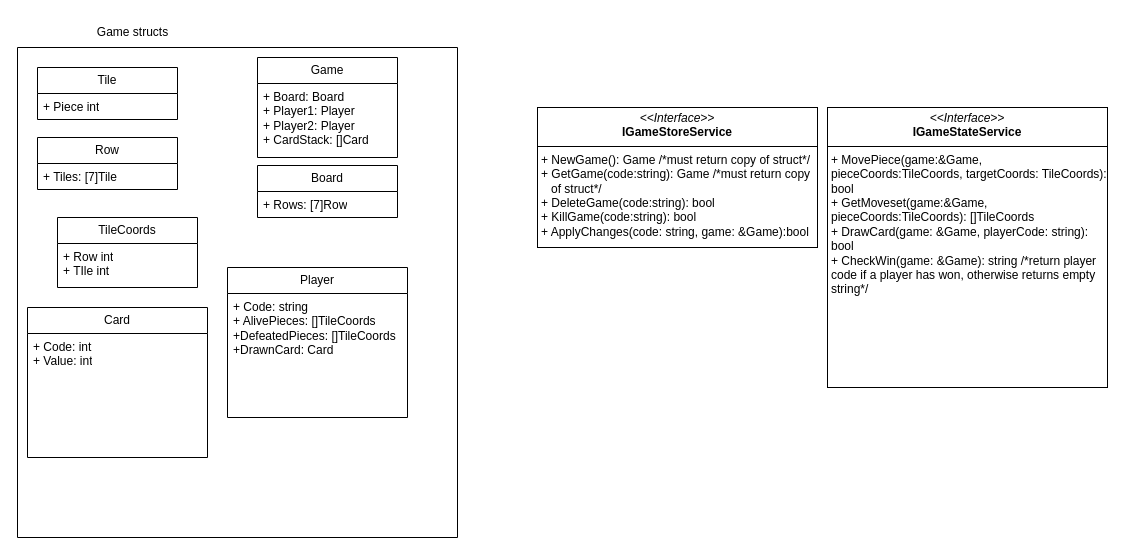
sRabosio/Lucky-Chess-go keeps this draw.io diagram as documentation/uml.drawio. Above is the earlier version. Source tidied: cells renumbered, new cells numbered last; positions are measured from the earlier drawing's top-left corner, leaving out a move shared by most shapes. Both pictures are drawn from the tidied source at 100%, with x=0, y=0 at pixel (17, 17).
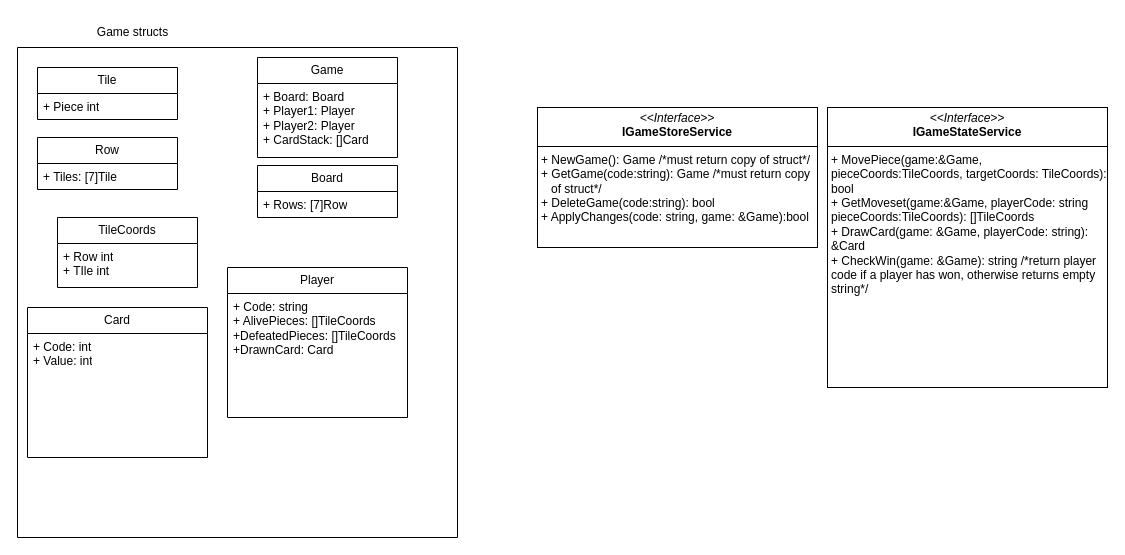
Above is the later version.

What changed in the source:
```diff
@@
 <mxGraphModel>
   <root>
     <mxCell id="0" />
     <mxCell id="1" parent="0" />
-    <mxCell id="2" value="&lt;p style=&quot;margin:0px;margin-top:4px;text-align:center;&quot;&gt;&lt;i&gt;&amp;lt;&amp;lt;Interface&amp;gt;&amp;gt;&lt;/i&gt;&lt;br&gt;&lt;b&gt;IGameStoreService&lt;/b&gt;&lt;/p&gt;&lt;hr size=&quot;1&quot; style=&quot;border-style:solid;&quot;&gt;&lt;p style=&quot;margin:0px;margin-left:4px;&quot;&gt;+ NewGame(): Game /*must return copy of struct*/&lt;br&gt;+ GetGame(code:string): Game /*must return copy&amp;nbsp; &amp;nbsp; &amp;nbsp;of struct*/&lt;/p&gt;&lt;p style=&quot;margin:0px;margin-left:4px;&quot;&gt;+ DeleteGame(code:string): bool&lt;/p&gt;&lt;p style=&quot;margin:0px;margin-left:4px;&quot;&gt;+ KillGame(code:string): bool&lt;/p&gt;&lt;p style=&quot;margin:0px;margin-left:4px;&quot;&gt;+ ApplyChanges(code: string, game: &amp;amp;Game):bool&lt;/p&gt;" style="verticalAlign=top;align=left;overflow=fill;html=1;whiteSpace=wrap;" parent="1" vertex="1">
+    <mxCell id="2" value="&lt;p style=&quot;margin:0px;margin-top:4px;text-align:center;&quot;&gt;&lt;i&gt;&amp;lt;&amp;lt;Interface&amp;gt;&amp;gt;&lt;/i&gt;&lt;br&gt;&lt;b&gt;IGameStoreService&lt;/b&gt;&lt;/p&gt;&lt;hr size=&quot;1&quot; style=&quot;border-style:solid;&quot;&gt;&lt;p style=&quot;margin:0px;margin-left:4px;&quot;&gt;+ NewGame(): Game /*must return copy of struct*/&lt;br&gt;+ GetGame(code:string): Game /*must return copy&amp;nbsp; &amp;nbsp; &amp;nbsp;of struct*/&lt;/p&gt;&lt;p style=&quot;margin:0px;margin-left:4px;&quot;&gt;+ DeleteGame(code:string): bool&lt;/p&gt;&lt;p style=&quot;margin:0px;margin-left:4px;&quot;&gt;+ ApplyChanges(code: string, game: &amp;amp;Game):bool&lt;/p&gt;" style="verticalAlign=top;align=left;overflow=fill;html=1;whiteSpace=wrap;" parent="1" vertex="1">
       <mxGeometry x="520" y="90" width="280" height="140" as="geometry" />
     </mxCell>
     <mxCell id="3" style="swimlane;startSize=0;" parent="1" vertex="1">
       <mxGeometry y="30" width="440" height="490" as="geometry" />
     </mxCell>
     <mxCell id="4" value="TileCoords" style="swimlane;fontStyle=0;horizontal=1;startSize=26;fillColor=none;whiteSpace=wrap;html=1;" parent="3" vertex="1">
       <mxGeometry x="40" y="170" width="140" height="70" as="geometry" />
     </mxCell>
     <mxCell id="5" value="+ Row int&lt;div&gt;+ TIle int&lt;/div&gt;" style="text;strokeColor=none;fillColor=none;align=left;verticalAlign=top;spacingLeft=4;spacingRight=4;overflow=hidden;whiteSpace=wrap;html=1;" parent="4" vertex="1">
       <mxGeometry y="26" width="140" height="44" as="geometry" />
     </mxCell>
     <mxCell id="6" value="Player" style="swimlane;fontStyle=0;horizontal=1;startSize=26;fillColor=none;whiteSpace=wrap;html=1;" parent="3" vertex="1">
       <mxGeometry x="210" y="220" width="180" height="150" as="geometry" />
     </mxCell>
     <mxCell id="7" value="+ Code: string&lt;div&gt;+ AlivePieces: []TileCoords&lt;/div&gt;&lt;div&gt;+DefeatedPieces: []TileCoords&lt;/div&gt;&lt;div&gt;+DrawnCard: Card&lt;/div&gt;" style="text;strokeColor=none;fillColor=none;align=left;verticalAlign=top;spacingLeft=4;spacingRight=4;overflow=hidden;whiteSpace=wrap;html=1;" parent="6" vertex="1">
       <mxGeometry y="26" width="180" height="124" as="geometry" />
     </mxCell>
     <mxCell id="8" value="Card" style="swimlane;fontStyle=0;horizontal=1;startSize=26;fillColor=none;whiteSpace=wrap;html=1;" parent="3" vertex="1">
       <mxGeometry x="10" y="260" width="180" height="150" as="geometry" />
     </mxCell>
     <mxCell id="9" value="+ Code: int&lt;div&gt;+ Value: int&lt;/div&gt;" style="text;strokeColor=none;fillColor=none;align=left;verticalAlign=top;spacingLeft=4;spacingRight=4;overflow=hidden;whiteSpace=wrap;html=1;" parent="8" vertex="1">
       <mxGeometry y="26" width="180" height="124" as="geometry" />
     </mxCell>
     <mxCell id="10" value="Game" style="swimlane;fontStyle=0;horizontal=1;startSize=26;fillColor=none;whiteSpace=wrap;html=1;" parent="3" vertex="1">
       <mxGeometry x="240" y="10" width="140" height="100" as="geometry" />
     </mxCell>
     <mxCell id="11" value="+ Board: Board&lt;div&gt;+ Player1: Player&lt;/div&gt;&lt;div&gt;+ Player2: Player&lt;/div&gt;&lt;div&gt;+ CardStack: []Card&lt;/div&gt;" style="text;strokeColor=none;fillColor=none;align=left;verticalAlign=top;spacingLeft=4;spacingRight=4;overflow=hidden;whiteSpace=wrap;html=1;" parent="10" vertex="1">
       <mxGeometry y="26" width="140" height="74" as="geometry" />
     </mxCell>
     <mxCell id="12" value="Board" style="swimlane;fontStyle=0;horizontal=1;startSize=26;fillColor=none;whiteSpace=wrap;html=1;" parent="3" vertex="1">
       <mxGeometry x="240" y="118" width="140" height="52" as="geometry" />
     </mxCell>
     <mxCell id="13" value="+ Rows: [7]Row" style="text;strokeColor=none;fillColor=none;align=left;verticalAlign=top;spacingLeft=4;spacingRight=4;overflow=hidden;whiteSpace=wrap;html=1;" parent="12" vertex="1">
       <mxGeometry y="26" width="140" height="26" as="geometry" />
     </mxCell>
     <mxCell id="14" value="Tile" style="swimlane;fontStyle=0;horizontal=1;startSize=26;fillColor=none;whiteSpace=wrap;html=1;" parent="3" vertex="1">
       <mxGeometry x="20" y="20" width="140" height="52" as="geometry" />
     </mxCell>
     <mxCell id="15" value="+ Piece int" style="text;strokeColor=none;fillColor=none;align=left;verticalAlign=top;spacingLeft=4;spacingRight=4;overflow=hidden;whiteSpace=wrap;html=1;" parent="14" vertex="1">
       <mxGeometry y="26" width="140" height="26" as="geometry" />
     </mxCell>
     <mxCell id="16" value="Row" style="swimlane;fontStyle=0;horizontal=1;startSize=26;fillColor=none;whiteSpace=wrap;html=1;" parent="3" vertex="1">
       <mxGeometry x="20" y="90" width="140" height="52" as="geometry" />
     </mxCell>
     <mxCell id="17" value="+ Tiles: [7]Tile" style="text;strokeColor=none;fillColor=none;align=left;verticalAlign=top;spacingLeft=4;spacingRight=4;overflow=hidden;whiteSpace=wrap;html=1;" parent="16" vertex="1">
       <mxGeometry y="26" width="140" height="26" as="geometry" />
     </mxCell>
     <mxCell id="18" value="Game structs" style="text;html=1;align=center;verticalAlign=middle;strokeColor=none;fillColor=none;" parent="1" vertex="1">
       <mxGeometry x="70" width="90" height="30" as="geometry" />
     </mxCell>
-    <mxCell id="19" value="&lt;p style=&quot;margin:0px;margin-top:4px;text-align:center;&quot;&gt;&lt;i&gt;&amp;lt;&amp;lt;Interface&amp;gt;&amp;gt;&lt;/i&gt;&lt;br&gt;&lt;b&gt;IGameStateService&lt;/b&gt;&lt;/p&gt;&lt;hr size=&quot;1&quot; style=&quot;border-style:solid;&quot;&gt;&lt;p style=&quot;margin:0px;margin-left:4px;&quot;&gt;+ MovePiece(game:&amp;amp;Game, pieceCoords:TileCoords, targetCoords: TileCoords): bool&lt;/p&gt;&lt;p style=&quot;margin:0px;margin-left:4px;&quot;&gt;+ GetMoveset(game:&amp;amp;Game, pieceCoords:TileCoords): []TileCoords&lt;/p&gt;&lt;p style=&quot;margin:0px;margin-left:4px;&quot;&gt;+ DrawCard(game: &amp;amp;Game, playerCode: string): bool&lt;/p&gt;&lt;p style=&quot;margin:0px;margin-left:4px;&quot;&gt;+ CheckWin(game: &amp;amp;Game): string /*return player code if a player has won, otherwise returns empty string*/&lt;/p&gt;&lt;p style=&quot;margin:0px;margin-left:4px;&quot;&gt;&lt;br&gt;&lt;/p&gt;&lt;p style=&quot;margin:0px;margin-left:4px;&quot;&gt;&lt;br&gt;&lt;/p&gt;" style="verticalAlign=top;align=left;overflow=fill;html=1;whiteSpace=wrap;" parent="1" vertex="1">
+    <mxCell id="19" value="&lt;p style=&quot;margin:0px;margin-top:4px;text-align:center;&quot;&gt;&lt;i&gt;&amp;lt;&amp;lt;Interface&amp;gt;&amp;gt;&lt;/i&gt;&lt;br&gt;&lt;b&gt;IGameStateService&lt;/b&gt;&lt;/p&gt;&lt;hr size=&quot;1&quot; style=&quot;border-style:solid;&quot;&gt;&lt;p style=&quot;margin:0px;margin-left:4px;&quot;&gt;+ MovePiece(game:&amp;amp;Game, pieceCoords:TileCoords, targetCoords: TileCoords): bool&lt;/p&gt;&lt;p style=&quot;margin:0px;margin-left:4px;&quot;&gt;+ GetMoveset(game:&amp;amp;Game, playerCode: string pieceCoords:TileCoords): []TileCoords&lt;/p&gt;&lt;p style=&quot;margin:0px;margin-left:4px;&quot;&gt;+ DrawCard(game: &amp;amp;Game, playerCode: string): &amp;amp;Card&lt;/p&gt;&lt;p style=&quot;margin:0px;margin-left:4px;&quot;&gt;+ CheckWin(game: &amp;amp;Game): string /*return player code if a player has won, otherwise returns empty string*/&lt;/p&gt;&lt;p style=&quot;margin:0px;margin-left:4px;&quot;&gt;&lt;br&gt;&lt;/p&gt;&lt;p style=&quot;margin:0px;margin-left:4px;&quot;&gt;&lt;br&gt;&lt;/p&gt;" style="verticalAlign=top;align=left;overflow=fill;html=1;whiteSpace=wrap;" parent="1" vertex="1">
       <mxGeometry x="810" y="90" width="280" height="280" as="geometry" />
     </mxCell>
   </root>
 </mxGraphModel>
```
